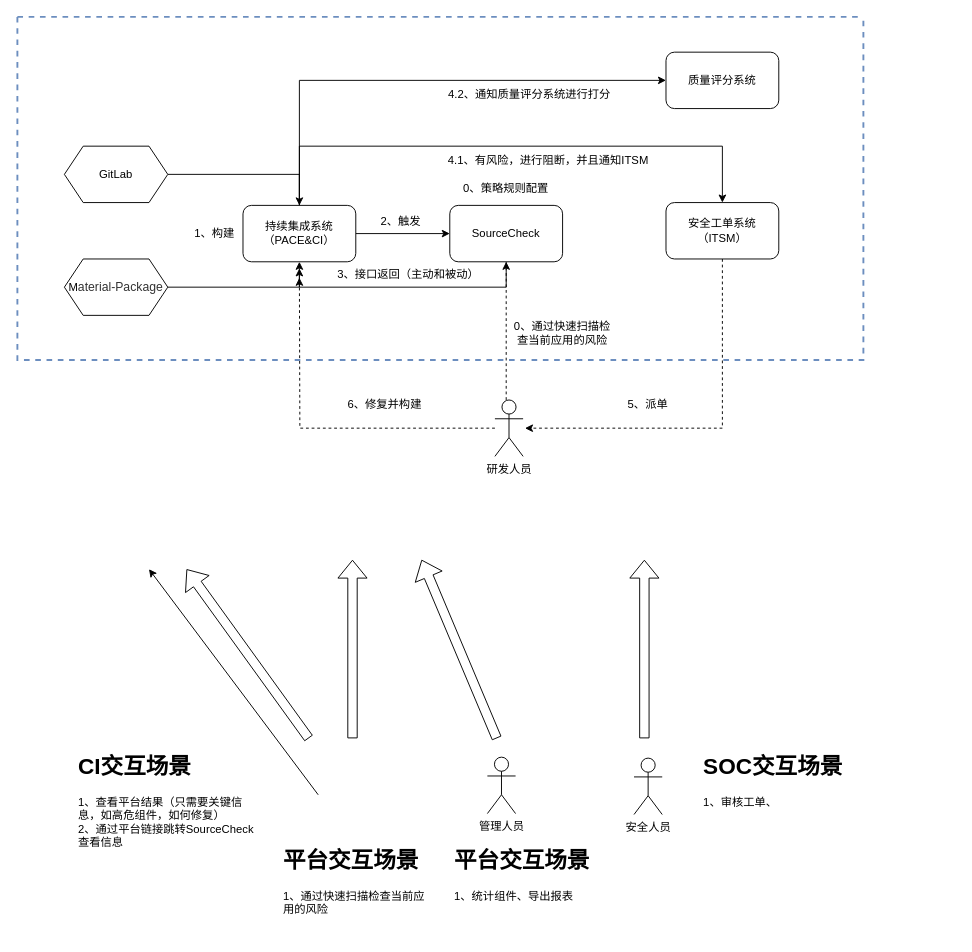
Above: 微众开源治理.drawio in wangjie66/app.diagrams.net (draw.io), before the change. Source tidied: cells renumbered, new cells numbered last; positions are measured from the earlier drawing's top-left corner, leaving out a move shared by most shapes. Both pictures are drawn from the tidied source at 94%, with x=0, y=0 at pixel (17, 16).
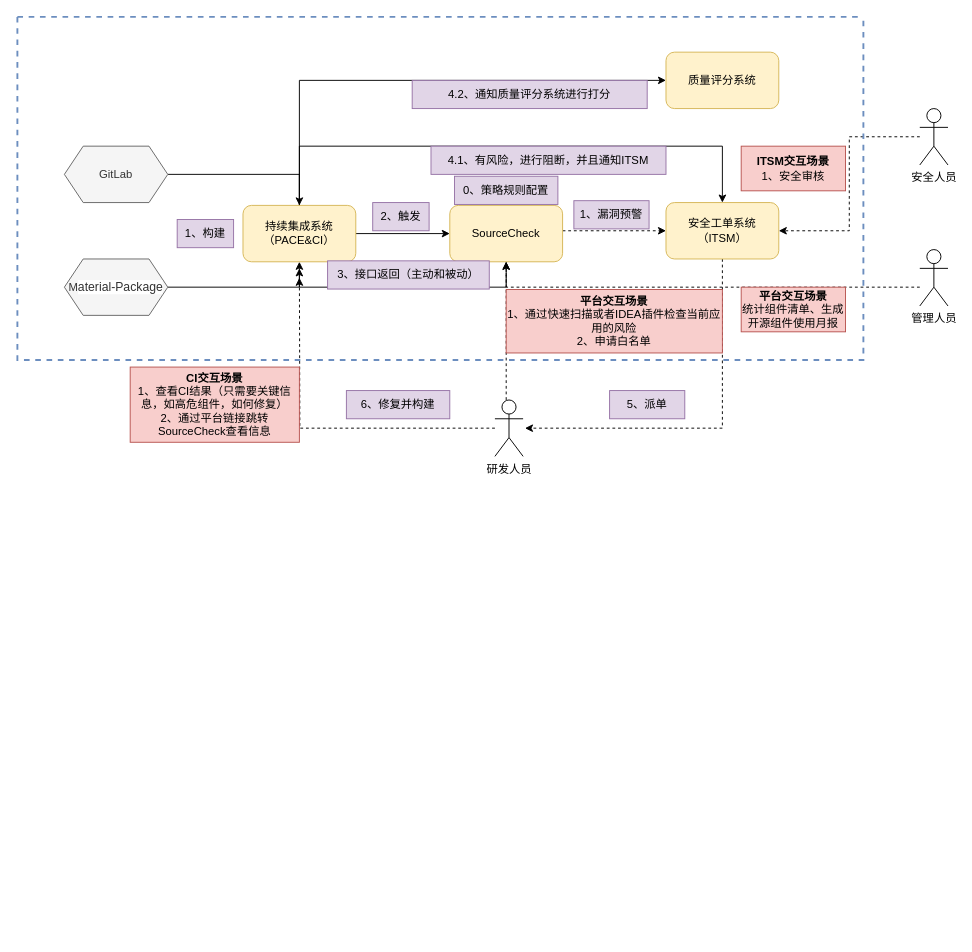
The same page after the edit.

Commit message:
更新微众开源治理.drawio

Unchanged cells that the change refers to:
```xml
<mxCell id="37" style="swimlane;startSize=0;dashed=1;fillColor=#dae8fc;strokeColor=#6c8ebf;strokeWidth=2;" parent="1" vertex="1">
  <mxGeometry y="0.5" width="900" height="365" as="geometry" />
</mxCell>
```

Diff of the diagram source:
```diff
@@
-    <mxCell id="5" value="持续集成系统（PACE&amp;amp;CI）" style="rounded=1;whiteSpace=wrap;html=1;" parent="1" vertex="1">
+    <mxCell id="5" value="持续集成系统（PACE&amp;amp;CI）" style="rounded=1;whiteSpace=wrap;html=1;fillColor=#fff2cc;strokeColor=#d6b656;" parent="1" vertex="1">
       <mxGeometry x="240" y="201" width="120" height="60" as="geometry" />
     </mxCell>
@@
-    <mxCell id="7" value="安全工单系统（ITSM）" style="rounded=1;whiteSpace=wrap;html=1;" parent="1" vertex="1">
+    <mxCell id="7" value="安全工单系统（ITSM）" style="rounded=1;whiteSpace=wrap;html=1;fillColor=#fff2cc;strokeColor=#d6b656;" parent="1" vertex="1">
       <mxGeometry x="690" y="198" width="120" height="60" as="geometry" />
     </mxCell>
-    <mxCell id="8" value="质量评分系统" style="rounded=1;whiteSpace=wrap;html=1;" parent="1" vertex="1">
+    <mxCell id="8" value="质量评分系统" style="rounded=1;whiteSpace=wrap;html=1;fillColor=#fff2cc;strokeColor=#d6b656;" parent="1" vertex="1">
       <mxGeometry x="690" y="38" width="120" height="60" as="geometry" />
     </mxCell>
@@
-    <mxCell id="10" value="GitLab" style="shape=hexagon;perimeter=hexagonPerimeter2;whiteSpace=wrap;html=1;fixedSize=1;" parent="1" vertex="1">
+    <mxCell id="10" value="GitLab" style="shape=hexagon;perimeter=hexagonPerimeter2;whiteSpace=wrap;html=1;fixedSize=1;fillColor=#f5f5f5;fontColor=#333333;strokeColor=#666666;" parent="1" vertex="1">
       <mxGeometry x="50" y="138" width="110" height="60" as="geometry" />
     </mxCell>
@@
-    <mxCell id="12" value="M&lt;span style=&quot;color: rgb(51, 51, 51); font-family: Arial, sans-serif; font-size: 13px; text-align: start; background-color: rgb(255, 255, 255);&quot;&gt;aterial-Package&lt;/span&gt;" style="shape=hexagon;perimeter=hexagonPerimeter2;whiteSpace=wrap;html=1;fixedSize=1;" parent="1" vertex="1">
+    <mxCell id="12" value="M&lt;span style=&quot;color: rgb(51, 51, 51); font-family: Arial, sans-serif; font-size: 13px; text-align: start; background-color: rgb(255, 255, 255);&quot;&gt;aterial-Package&lt;/span&gt;" style="shape=hexagon;perimeter=hexagonPerimeter2;whiteSpace=wrap;html=1;fixedSize=1;fillColor=#f5f5f5;fontColor=#333333;strokeColor=#666666;" parent="1" vertex="1">
       <mxGeometry x="50" y="258" width="110" height="60" as="geometry" />
     </mxCell>
@@
+    <mxCell id="39" style="edgeStyle=orthogonalEdgeStyle;rounded=0;jettySize=auto;html=1;dashed=1;" parent="1" edge="1" source="14" target="7">
+      <mxGeometry relative="1" as="geometry">
+        <Array as="points">
+          <mxPoint x="610" y="228" />
+          <mxPoint x="610" y="228" />
+        </Array>
+      </mxGeometry>
+    </mxCell>
-    <mxCell id="14" value="SourceCheck" style="rounded=1;whiteSpace=wrap;html=1;" parent="1" vertex="1">
+    <mxCell id="14" value="SourceCheck" style="rounded=1;whiteSpace=wrap;html=1;fillColor=#fff2cc;strokeColor=#d6b656;" parent="1" vertex="1">
       <mxGeometry x="460" y="201" width="120" height="60" as="geometry" />
     </mxCell>
-    <mxCell id="15" value="1、构建" style="text;html=1;strokeColor=none;fillColor=none;align=center;verticalAlign=middle;whiteSpace=wrap;rounded=0;" parent="1" vertex="1">
-      <mxGeometry x="180" y="216" width="60" height="30" as="geometry" />
-    </mxCell>
-    <mxCell id="16" value="2、触发" style="text;html=1;strokeColor=none;fillColor=none;align=center;verticalAlign=middle;whiteSpace=wrap;rounded=0;" parent="1" vertex="1">
-      <mxGeometry x="378" y="203" width="60" height="30" as="geometry" />
-    </mxCell>
-    <mxCell id="17" value="0、策略规则配置" style="text;html=1;strokeColor=none;fillColor=none;align=center;verticalAlign=middle;whiteSpace=wrap;rounded=0;" parent="1" vertex="1">
-      <mxGeometry x="465" y="168" width="110" height="30" as="geometry" />
+    <mxCell id="17" value="0、策略规则配置" style="text;html=1;strokeColor=#9673a6;fillColor=#e1d5e7;align=center;verticalAlign=middle;whiteSpace=wrap;rounded=0;" parent="1" vertex="1">
+      <mxGeometry x="465" y="170" width="110" height="30" as="geometry" />
     </mxCell>
-    <mxCell id="18" value="3、接口返回（主动和被动）" style="text;html=1;strokeColor=none;fillColor=none;align=center;verticalAlign=middle;whiteSpace=wrap;rounded=0;" parent="1" vertex="1">
+    <mxCell id="18" value="3、接口返回（主动和被动）" style="text;html=1;strokeColor=#9673a6;fillColor=#e1d5e7;align=center;verticalAlign=middle;whiteSpace=wrap;rounded=0;" parent="1" vertex="1">
       <mxGeometry x="330" y="260" width="172" height="30" as="geometry" />
     </mxCell>
@@
-    <mxCell id="22" value="&lt;h1&gt;CI交互场景&lt;/h1&gt;&lt;p&gt;&lt;span style=&quot;text-align: center;&quot;&gt;1、查看平台结果（只需要关键信息，如高危组件，如何修复）&lt;/span&gt;&lt;br style=&quot;text-align: center;&quot;&gt;&lt;span style=&quot;text-align: center;&quot;&gt;2、通过平台链接跳转SourceCheck查看信息&lt;/span&gt;&lt;br&gt;&lt;/p&gt;" style="text;html=1;strokeColor=none;fillColor=none;spacing=5;spacingTop=-20;whiteSpace=wrap;overflow=hidden;rounded=0;" parent="1" vertex="1">
-      <mxGeometry x="60" y="778" width="202" height="120" as="geometry" />
-    </mxCell>
-    <mxCell id="23" value="&lt;h1&gt;平台交互场景&lt;/h1&gt;&lt;p&gt;&lt;span style=&quot;text-align: center;&quot;&gt;1、通过快速扫描检查当前应用的风险&amp;nbsp;&amp;nbsp;&lt;/span&gt;&lt;/p&gt;" style="text;html=1;strokeColor=none;fillColor=none;spacing=5;spacingTop=-20;whiteSpace=wrap;overflow=hidden;rounded=0;" parent="1" vertex="1">
-      <mxGeometry x="278" y="878" width="170" height="100" as="geometry" />
-    </mxCell>
+    <mxCell id="40" style="edgeStyle=orthogonalEdgeStyle;rounded=0;jettySize=auto;html=1;entryX=1;entryY=0.5;entryDx=0;entryDy=0;dashed=1;" parent="1" edge="1" source="24" target="7">
+      <mxGeometry relative="1" as="geometry" />
+    </mxCell>
     <mxCell id="24" value="安全人员" style="shape=umlActor;verticalLabelPosition=bottom;verticalAlign=top;html=1;outlineConnect=0;" parent="1" vertex="1">
-      <mxGeometry x="656" y="789" width="30" height="60" as="geometry" />
+      <mxGeometry x="960" y="98" width="30" height="60" as="geometry" />
     </mxCell>
-    <mxCell id="25" value="&lt;h1&gt;SOC交互场景&lt;/h1&gt;&lt;p&gt;&lt;span style=&quot;text-align: center;&quot;&gt;1、审核工单、&amp;nbsp;&lt;/span&gt;&lt;/p&gt;" style="text;html=1;strokeColor=none;fillColor=none;spacing=5;spacingTop=-20;whiteSpace=wrap;overflow=hidden;rounded=0;" parent="1" vertex="1">
-      <mxGeometry x="725" y="778" width="170" height="100" as="geometry" />
-    </mxCell>
+    <mxCell id="41" style="edgeStyle=orthogonalEdgeStyle;rounded=0;jettySize=auto;html=1;entryX=0.5;entryY=1;entryDx=0;entryDy=0;dashed=1;" parent="1" edge="1" source="26" target="14">
+      <mxGeometry relative="1" as="geometry">
+        <Array as="points">
+          <mxPoint x="520" y="288" />
+        </Array>
+      </mxGeometry>
+    </mxCell>
     <mxCell id="26" value="管理人员" style="shape=umlActor;verticalLabelPosition=bottom;verticalAlign=top;html=1;outlineConnect=0;" parent="1" vertex="1">
-      <mxGeometry x="500" y="788" width="30" height="60" as="geometry" />
+      <mxGeometry x="960" y="248" width="30" height="60" as="geometry" />
     </mxCell>
-    <mxCell id="27" value="&lt;h1&gt;平台交互场景&lt;/h1&gt;&lt;p&gt;&lt;span style=&quot;text-align: center;&quot;&gt;1、统计组件、导出报表&lt;/span&gt;&lt;/p&gt;" style="text;html=1;strokeColor=none;fillColor=none;spacing=5;spacingTop=-20;whiteSpace=wrap;overflow=hidden;rounded=0;" parent="1" vertex="1">
-      <mxGeometry x="460" y="878" width="170" height="100" as="geometry" />
-    </mxCell>
-    <mxCell id="28" value="4.1、有风险，进行阻断，并且通知ITSM" style="text;html=1;strokeColor=none;fillColor=none;align=center;verticalAlign=middle;whiteSpace=wrap;rounded=0;" parent="1" vertex="1">
+    <mxCell id="28" value="4.1、有风险，进行阻断，并且通知ITSM" style="text;html=1;strokeColor=#9673a6;fillColor=#e1d5e7;align=center;verticalAlign=middle;whiteSpace=wrap;rounded=0;" parent="1" vertex="1">
       <mxGeometry x="440" y="138" width="250" height="30" as="geometry" />
     </mxCell>
-    <mxCell id="29" style="shape=flexArrow;endArrow=classic;html=1;rounded=0;" parent="1" edge="1">
-      <mxGeometry relative="1" as="geometry">
-        <mxPoint x="310" y="768" as="sourcePoint" />
-        <mxPoint x="180" y="588" as="targetPoint" />
-      </mxGeometry>
-    </mxCell>
-    <mxCell id="30" style="shape=flexArrow;endArrow=classic;html=1;rounded=0;" parent="1" edge="1">
-      <mxGeometry relative="1" as="geometry">
-        <mxPoint x="356.5" y="768" as="sourcePoint" />
-        <mxPoint x="356.5" y="578" as="targetPoint" />
-      </mxGeometry>
-    </mxCell>
-    <mxCell id="31" style="shape=flexArrow;endArrow=classic;html=1;rounded=0;" parent="1" edge="1">
-      <mxGeometry relative="1" as="geometry">
-        <mxPoint x="510" y="768" as="sourcePoint" />
-        <mxPoint x="430" y="578" as="targetPoint" />
-      </mxGeometry>
-    </mxCell>
-    <mxCell id="32" style="shape=flexArrow;endArrow=classic;html=1;rounded=0;" parent="1" edge="1">
-      <mxGeometry relative="1" as="geometry">
-        <mxPoint x="667" y="768" as="sourcePoint" />
-        <mxPoint x="667" y="578" as="targetPoint" />
-      </mxGeometry>
-    </mxCell>
-    <mxCell id="33" value="5、派单" style="text;html=1;strokeColor=none;fillColor=none;align=center;verticalAlign=middle;whiteSpace=wrap;rounded=0;" parent="1" vertex="1">
-      <mxGeometry x="602" y="398" width="138" height="30" as="geometry" />
+    <mxCell id="33" value="5、派单" style="text;html=1;strokeColor=#9673a6;fillColor=#e1d5e7;align=center;verticalAlign=middle;whiteSpace=wrap;rounded=0;" parent="1" vertex="1">
+      <mxGeometry x="630" y="398" width="80" height="30" as="geometry" />
     </mxCell>
-    <mxCell id="34" style="endArrow=classic;html=1;rounded=0;" parent="1" edge="1">
-      <mxGeometry relative="1" as="geometry">
-        <mxPoint x="320" y="828" as="sourcePoint" />
-        <mxPoint x="140" y="588" as="targetPoint" />
-      </mxGeometry>
-    </mxCell>
-    <mxCell id="35" value="6、修复并构建" style="text;html=1;strokeColor=none;fillColor=none;align=center;verticalAlign=middle;whiteSpace=wrap;rounded=0;" parent="1" vertex="1">
-      <mxGeometry x="322" y="398" width="138" height="30" as="geometry" />
+    <mxCell id="35" value="6、修复并构建" style="text;html=1;strokeColor=#9673a6;fillColor=#e1d5e7;align=center;verticalAlign=middle;whiteSpace=wrap;rounded=0;" parent="1" vertex="1">
+      <mxGeometry x="350" y="398" width="110" height="30" as="geometry" />
     </mxCell>
-    <mxCell id="36" value="4.2、通知质量评分系统进行打分" style="text;html=1;strokeColor=none;fillColor=none;align=center;verticalAlign=middle;whiteSpace=wrap;rounded=0;" parent="1" vertex="1">
+    <mxCell id="36" value="4.2、通知质量评分系统进行打分" style="text;html=1;strokeColor=#9673a6;fillColor=#e1d5e7;align=center;verticalAlign=middle;whiteSpace=wrap;rounded=0;" parent="1" vertex="1">
       <mxGeometry x="420" y="68" width="250" height="30" as="geometry" />
     </mxCell>
@@
+    <mxCell id="15" value="1、构建" style="text;html=1;strokeColor=#9673a6;fillColor=#e1d5e7;align=center;verticalAlign=middle;whiteSpace=wrap;rounded=0;" parent="37" vertex="1">
+      <mxGeometry x="170" y="215.5" width="60" height="30" as="geometry" />
+    </mxCell>
+    <mxCell id="16" value="2、触发" style="text;html=1;strokeColor=#9673a6;fillColor=#e1d5e7;align=center;verticalAlign=middle;whiteSpace=wrap;rounded=0;" parent="37" vertex="1">
+      <mxGeometry x="378" y="197.5" width="60" height="30" as="geometry" />
+    </mxCell>
-    <mxCell id="38" value="0、通过快速扫描检查当前应用的风险" style="text;html=1;strokeColor=none;fillColor=none;align=center;verticalAlign=middle;whiteSpace=wrap;rounded=0;" parent="37" vertex="1">
-      <mxGeometry x="525" y="321.5" width="110" height="30" as="geometry" />
+    <mxCell id="38" value="&lt;b&gt;平台交互场景&lt;/b&gt;&lt;br&gt;1、通过快速扫描或者IDEA插件检查当前应用的风险&lt;br&gt;2、申请白名单" style="text;html=1;strokeColor=#b85450;fillColor=#f8cecc;align=center;verticalAlign=middle;whiteSpace=wrap;rounded=0;" parent="37" vertex="1">
+      <mxGeometry x="520" y="290" width="230" height="67.5" as="geometry" />
     </mxCell>
+    <mxCell id="42" value="&lt;b&gt;平台交互场景&lt;/b&gt;&lt;br&gt;统计组件清单、生成开源组件使用月报" style="text;html=1;strokeColor=#b85450;fillColor=#f8cecc;align=center;verticalAlign=middle;whiteSpace=wrap;rounded=0;" parent="37" vertex="1">
+      <mxGeometry x="770" y="287.5" width="111" height="47.5" as="geometry" />
+    </mxCell>
+    <mxCell id="43" value="&lt;b&gt;ITSM交互场景&lt;/b&gt;&lt;br&gt;1、安全审核" style="text;html=1;strokeColor=#b85450;fillColor=#f8cecc;align=center;verticalAlign=middle;whiteSpace=wrap;rounded=0;" parent="37" vertex="1">
+      <mxGeometry x="770" y="137.5" width="111" height="47.5" as="geometry" />
+    </mxCell>
+    <mxCell id="44" value="1、漏洞预警" style="text;html=1;strokeColor=#9673a6;fillColor=#e1d5e7;align=center;verticalAlign=middle;whiteSpace=wrap;rounded=0;" parent="37" vertex="1">
+      <mxGeometry x="592" y="195.5" width="80" height="30" as="geometry" />
+    </mxCell>
+    <mxCell id="45" value="&lt;b&gt;CI交互场景&lt;/b&gt;&lt;br&gt;1、查看CI结果（只需要关键信息，如高危组件，如何修复）&lt;br&gt;2、通过平台链接跳转SourceCheck查看信息" style="text;html=1;strokeColor=#b85450;fillColor=#f8cecc;align=center;verticalAlign=middle;whiteSpace=wrap;rounded=0;" parent="1" vertex="1">
+      <mxGeometry x="120" y="373" width="180" height="80" as="geometry" />
+    </mxCell>
```
